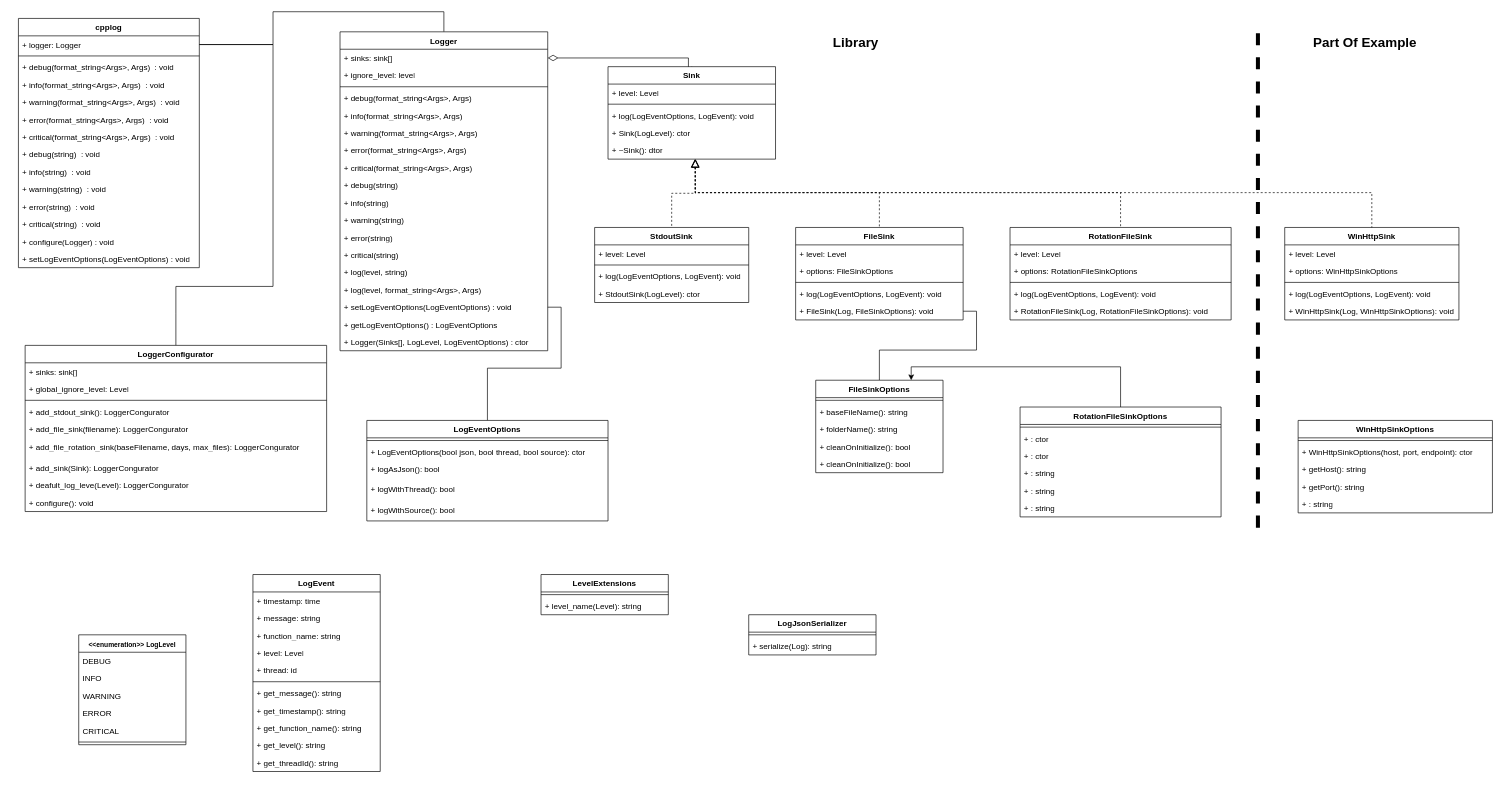
Above: docs/Cpplog.drawio in psp515/cpplog (draw.io), before the change. Source tidied: cells renumbered, new cells numbered last; positions are measured from the earlier drawing's top-left corner, leaving out a move shared by most shapes. Both pictures are drawn from the tidied source at 67%, with x=0, y=0 at pixel (18, 11).
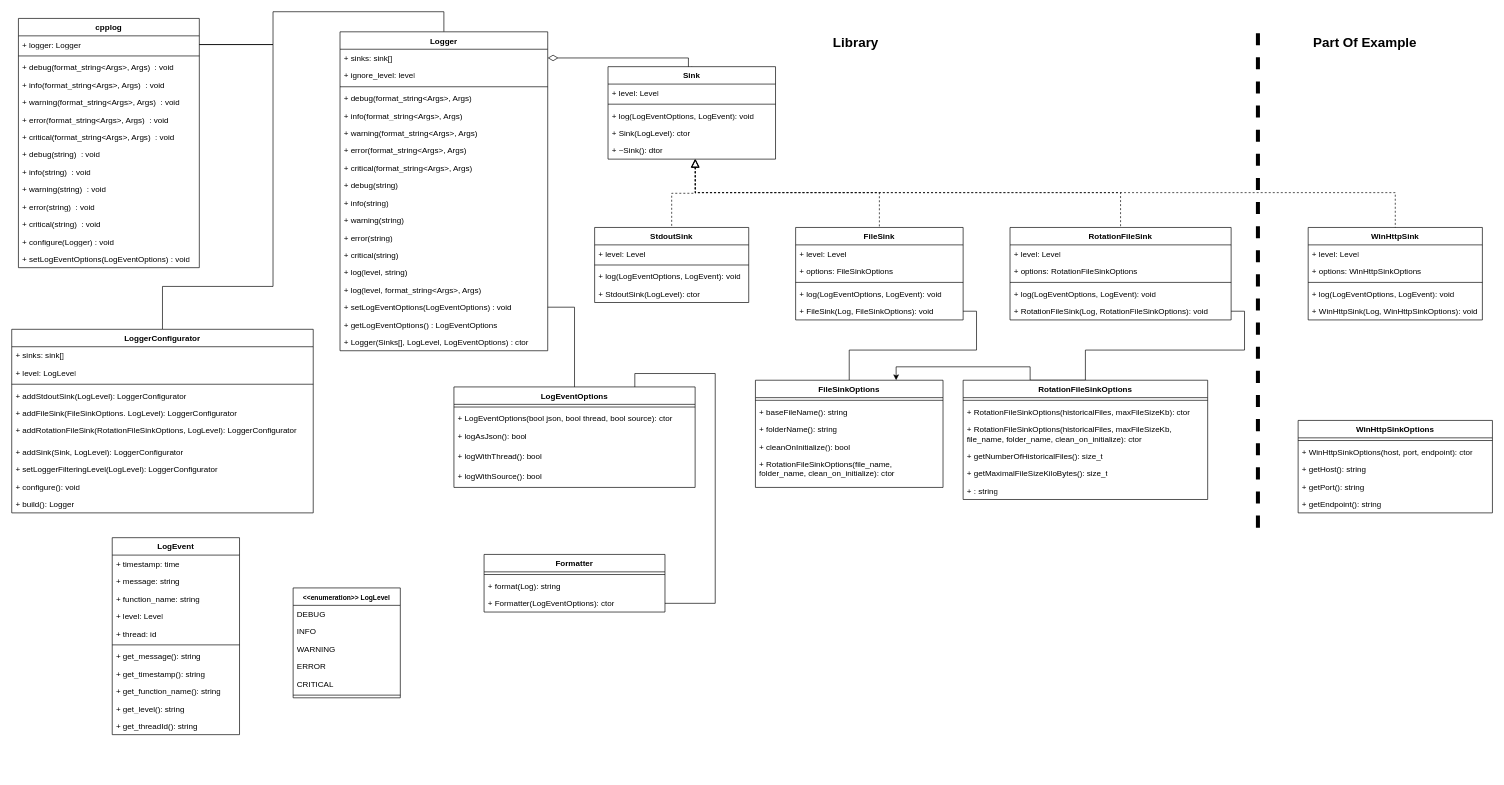
The same diagram, later.

Unchanged cells that the change refers to:
```xml
<mxCell id="3" value="+ logger: Logger" style="text;strokeColor=none;fillColor=none;align=left;verticalAlign=top;spacingLeft=4;spacingRight=4;overflow=hidden;points=[[0,0.5],[1,0.5]];portConstraint=eastwest;whiteSpace=wrap;html=1;" parent="2" vertex="1">
  <mxGeometry y="26" width="270" height="26" as="geometry" />
</mxCell>
<mxCell id="62" value="+ RotationFileSink(Log, RotationFileSinkOptions): void" style="text;strokeColor=none;fillColor=none;align=left;verticalAlign=top;spacingLeft=4;spacingRight=4;overflow=hidden;points=[[0,0.5],[1,0.5]];portConstraint=eastwest;whiteSpace=wrap;html=1;" parent="57" vertex="1">
  <mxGeometry y="112" width="330" height="26" as="geometry" />
</mxCell>
<mxCell id="120" value="WinHttpSinkOptions" style="swimlane;fontStyle=1;align=center;verticalAlign=top;horizontal=1;startSize=26;whiteSpace=wrap;html=1;" parent="1" vertex="1">
  <mxGeometry x="1910" y="610" width="290" height="138" as="geometry" />
</mxCell>
```

Diff of the diagram source:
```diff
@@
     <mxCell id="44" value="&lt;div&gt;&lt;font style=&quot;font-size: 10px;&quot;&gt;&amp;lt;&amp;lt;enumeration&amp;gt;&amp;gt;&amp;nbsp;&lt;/font&gt;&lt;span style=&quot;font-size: 10px; background-color: transparent; color: light-dark(rgb(0, 0, 0), rgb(255, 255, 255));&quot;&gt;LogLevel&lt;/span&gt;&lt;/div&gt;" style="swimlane;fontStyle=1;align=center;verticalAlign=top;horizontal=1;startSize=26;whiteSpace=wrap;html=1;" parent="1" vertex="1">
-      <mxGeometry x="90" y="930" width="160" height="164" as="geometry" />
+      <mxGeometry x="410" y="860" width="160" height="164" as="geometry" />
     </mxCell>
@@
     <mxCell id="63" value="WinHttpSink" style="swimlane;fontStyle=1;align=center;verticalAlign=top;horizontal=1;startSize=26;whiteSpace=wrap;html=1;" parent="1" vertex="1">
-      <mxGeometry x="1890" y="322" width="260" height="138" as="geometry" />
+      <mxGeometry x="1925" y="322" width="260" height="138" as="geometry" />
     </mxCell>
@@
     <mxCell id="69" value="LogEvent" style="swimlane;fontStyle=1;align=center;verticalAlign=top;horizontal=1;startSize=26;whiteSpace=wrap;html=1;" parent="1" vertex="1">
-      <mxGeometry x="350" y="840" width="190" height="294" as="geometry" />
+      <mxGeometry x="140" y="785" width="190" height="294" as="geometry" />
     </mxCell>
@@
-    <mxCell id="81" value="LogJsonSerializer" style="swimlane;fontStyle=1;align=center;verticalAlign=top;horizontal=1;startSize=26;whiteSpace=wrap;html=1;" parent="1" vertex="1">
-      <mxGeometry x="1090" y="900" width="190" height="60" as="geometry" />
+    <mxCell id="81" value="Formatter" style="swimlane;fontStyle=1;align=center;verticalAlign=top;horizontal=1;startSize=26;whiteSpace=wrap;html=1;" parent="1" vertex="1">
+      <mxGeometry x="695" y="810" width="270" height="86" as="geometry" />
     </mxCell>
     <mxCell id="82" style="line;strokeWidth=1;fillColor=none;align=left;verticalAlign=middle;spacingTop=-1;spacingLeft=3;spacingRight=3;labelPosition=right;strokeColor=inherit;" parent="81" vertex="1">
-      <mxGeometry y="26" width="190" height="8" as="geometry" />
+      <mxGeometry y="26" width="270" height="8" as="geometry" />
     </mxCell>
-    <mxCell id="83" value="+ serialize(Log): string" style="text;strokeColor=none;fillColor=none;align=left;verticalAlign=top;spacingLeft=4;spacingRight=4;overflow=hidden;whiteSpace=wrap;html=1;" parent="81" vertex="1">
-      <mxGeometry y="34" width="190" height="26" as="geometry" />
+    <mxCell id="83" value="+ format(Log): string" style="text;strokeColor=none;fillColor=none;align=left;verticalAlign=top;spacingLeft=4;spacingRight=4;overflow=hidden;whiteSpace=wrap;html=1;" parent="81" vertex="1">
+      <mxGeometry y="34" width="270" height="26" as="geometry" />
     </mxCell>
+    <mxCell id="138" value="+ Formatter(LogEventOptions): ctor" style="text;strokeColor=none;fillColor=none;align=left;verticalAlign=top;spacingLeft=4;spacingRight=4;overflow=hidden;points=[[0,0.5],[1,0.5]];portConstraint=eastwest;whiteSpace=wrap;html=1;" parent="81" vertex="1">
+      <mxGeometry y="60" width="270" height="26" as="geometry" />
+    </mxCell>
     <mxCell id="84" style="edgeStyle=orthogonalEdgeStyle;rounded=0;jettySize=auto;html=1;endArrow=none;startFill=0;exitX=0.5;exitY=0;exitDx=0;exitDy=0;" parent="1" edge="1" source="85" target="3">
       <mxGeometry relative="1" as="geometry">
         <Array as="points">
-          <mxPoint x="235" y="451" />
-          <mxPoint x="235" y="410" />
+          <mxPoint x="215" y="410" />
           <mxPoint x="380" y="410" />
           <mxPoint x="380" y="49" />
         </Array>
       </mxGeometry>
     </mxCell>
     <mxCell id="85" value="LoggerConfigurator" style="swimlane;fontStyle=1;align=center;verticalAlign=top;horizontal=1;startSize=26;whiteSpace=wrap;html=1;" parent="1" vertex="1">
-      <mxGeometry x="10" y="498" width="450" height="248" as="geometry" />
+      <mxGeometry x="-10" y="474" width="450" height="274" as="geometry" />
     </mxCell>
@@
-    <mxCell id="87" value="+ global_ignore_level: Level" style="text;strokeColor=none;fillColor=none;align=left;verticalAlign=top;spacingLeft=4;spacingRight=4;overflow=hidden;whiteSpace=wrap;html=1;" parent="85" vertex="1">
+    <mxCell id="87" value="+ level: LogLevel" style="text;strokeColor=none;fillColor=none;align=left;verticalAlign=top;spacingLeft=4;spacingRight=4;overflow=hidden;whiteSpace=wrap;html=1;" parent="85" vertex="1">
       <mxGeometry y="52" width="450" height="26" as="geometry" />
     </mxCell>
@@
-    <mxCell id="89" value="+ add_stdout_sink(): LoggerCongurator" style="text;strokeColor=none;fillColor=none;align=left;verticalAlign=top;spacingLeft=4;spacingRight=4;overflow=hidden;whiteSpace=wrap;html=1;" parent="85" vertex="1">
+    <mxCell id="89" value="+ addStdoutSink(LogLevel): LoggerConfigurator" style="text;strokeColor=none;fillColor=none;align=left;verticalAlign=top;spacingLeft=4;spacingRight=4;overflow=hidden;whiteSpace=wrap;html=1;" parent="85" vertex="1">
       <mxGeometry y="86" width="450" height="26" as="geometry" />
     </mxCell>
-    <mxCell id="90" value="+ add_file_sink(filename): LoggerCongurator" style="text;strokeColor=none;fillColor=none;align=left;verticalAlign=top;spacingLeft=4;spacingRight=4;overflow=hidden;whiteSpace=wrap;html=1;" parent="85" vertex="1">
+    <mxCell id="90" value="+ addFileSink(FileSinkOptions. LogLevel): LoggerConfigurator" style="text;strokeColor=none;fillColor=none;align=left;verticalAlign=top;spacingLeft=4;spacingRight=4;overflow=hidden;whiteSpace=wrap;html=1;" parent="85" vertex="1">
       <mxGeometry y="112" width="450" height="26" as="geometry" />
     </mxCell>
-    <mxCell id="91" value="+ add_file_rotation_sink(baseFilename, days, max_files): LoggerCongurator" style="text;strokeColor=none;fillColor=none;align=left;verticalAlign=top;spacingLeft=4;spacingRight=4;overflow=hidden;whiteSpace=wrap;html=1;" parent="85" vertex="1">
+    <mxCell id="91" value="+ addRotationFileSink(RotationFileSinkOptions, LogLevel): LoggerConfigurator" style="text;strokeColor=none;fillColor=none;align=left;verticalAlign=top;spacingLeft=4;spacingRight=4;overflow=hidden;whiteSpace=wrap;html=1;" parent="85" vertex="1">
       <mxGeometry y="138" width="450" height="32" as="geometry" />
     </mxCell>
-    <mxCell id="92" value="+ add_sink(Sink): LoggerCongurator" style="text;strokeColor=none;fillColor=none;align=left;verticalAlign=top;spacingLeft=4;spacingRight=4;overflow=hidden;whiteSpace=wrap;html=1;" parent="85" vertex="1">
+    <mxCell id="92" value="+ addSink(Sink, LogLevel): LoggerConfigurator" style="text;strokeColor=none;fillColor=none;align=left;verticalAlign=top;spacingLeft=4;spacingRight=4;overflow=hidden;whiteSpace=wrap;html=1;" parent="85" vertex="1">
       <mxGeometry y="170" width="450" height="26" as="geometry" />
     </mxCell>
-    <mxCell id="93" value="+ deafult_log_leve(Level): LoggerCongurator" style="text;strokeColor=none;fillColor=none;align=left;verticalAlign=top;spacingLeft=4;spacingRight=4;overflow=hidden;whiteSpace=wrap;html=1;" parent="85" vertex="1">
+    <mxCell id="93" value="+ setLoggerFilteringLevel(LogLevel): LoggerConfigurator" style="text;strokeColor=none;fillColor=none;align=left;verticalAlign=top;spacingLeft=4;spacingRight=4;overflow=hidden;whiteSpace=wrap;html=1;" parent="85" vertex="1">
       <mxGeometry y="196" width="450" height="26" as="geometry" />
     </mxCell>
+    <mxCell id="139" value="+ configure(): void" style="text;strokeColor=none;fillColor=none;align=left;verticalAlign=top;spacingLeft=4;spacingRight=4;overflow=hidden;whiteSpace=wrap;html=1;" parent="85" vertex="1">
+      <mxGeometry y="222" width="450" height="26" as="geometry" />
+    </mxCell>
-    <mxCell id="94" value="+ configure(): void" style="text;strokeColor=none;fillColor=none;align=left;verticalAlign=top;spacingLeft=4;spacingRight=4;overflow=hidden;whiteSpace=wrap;html=1;" parent="85" vertex="1">
-      <mxGeometry y="222" width="450" height="26" as="geometry" />
+    <mxCell id="94" value="+ build(): Logger" style="text;strokeColor=none;fillColor=none;align=left;verticalAlign=top;spacingLeft=4;spacingRight=4;overflow=hidden;whiteSpace=wrap;html=1;" parent="85" vertex="1">
+      <mxGeometry y="248" width="450" height="26" as="geometry" />
     </mxCell>
-    <mxCell id="95" value="LevelExtensions" style="swimlane;fontStyle=1;align=center;verticalAlign=top;horizontal=1;startSize=26;whiteSpace=wrap;html=1;" parent="1" vertex="1">
-      <mxGeometry x="780" y="840" width="190" height="60" as="geometry" />
-    </mxCell>
-    <mxCell id="96" style="line;strokeWidth=1;fillColor=none;align=left;verticalAlign=middle;spacingTop=-1;spacingLeft=3;spacingRight=3;labelPosition=right;strokeColor=inherit;" parent="95" vertex="1">
-      <mxGeometry y="26" width="190" height="8" as="geometry" />
-    </mxCell>
-    <mxCell id="97" value="+ level_name(Level): string" style="text;strokeColor=none;fillColor=none;align=left;verticalAlign=top;spacingLeft=4;spacingRight=4;overflow=hidden;whiteSpace=wrap;html=1;" parent="95" vertex="1">
-      <mxGeometry y="34" width="190" height="26" as="geometry" />
-    </mxCell>
     <mxCell id="98" style="edgeStyle=orthogonalEdgeStyle;rounded=0;jettySize=auto;html=1;exitX=0.5;exitY=0;exitDx=0;exitDy=0;entryX=0.75;entryY=0;entryDx=0;entryDy=0;" parent="1" edge="1" source="99" target="114">
-      <mxGeometry relative="1" as="geometry" />
+      <mxGeometry relative="1" as="geometry">
+        <Array as="points">
+          <mxPoint x="1510" y="550" />
+          <mxPoint x="1510" y="530" />
+          <mxPoint x="1310" y="530" />
+        </Array>
+      </mxGeometry>
     </mxCell>
+    <mxCell id="140" style="edgeStyle=orthogonalEdgeStyle;rounded=0;jettySize=auto;html=1;exitX=0.5;exitY=0;exitDx=0;exitDy=0;entryX=1;entryY=0.5;entryDx=0;entryDy=0;endArrow=none;startFill=0;" parent="1" edge="1" source="99" target="62">
+      <mxGeometry relative="1" as="geometry" />
+    </mxCell>
     <mxCell id="99" value="RotationFileSinkOptions" style="swimlane;fontStyle=1;align=center;verticalAlign=top;horizontal=1;startSize=26;whiteSpace=wrap;html=1;" parent="1" vertex="1">
-      <mxGeometry x="1495" y="590" width="300" height="164" as="geometry" />
+      <mxGeometry x="1410" y="550" width="365" height="178" as="geometry" />
     </mxCell>
     <mxCell id="100" style="line;strokeWidth=1;fillColor=none;align=left;verticalAlign=middle;spacingTop=-1;spacingLeft=3;spacingRight=3;labelPosition=right;strokeColor=inherit;" parent="99" vertex="1">
-      <mxGeometry y="26" width="300" height="8" as="geometry" />
+      <mxGeometry y="26" width="365" height="8" as="geometry" />
     </mxCell>
-    <mxCell id="101" value="+ : ctor" style="text;strokeColor=none;fillColor=none;align=left;verticalAlign=top;spacingLeft=4;spacingRight=4;overflow=hidden;whiteSpace=wrap;html=1;" parent="99" vertex="1">
-      <mxGeometry y="34" width="300" height="26" as="geometry" />
+    <mxCell id="101" value="+ RotationFileSinkOptions(historicalFiles, maxFileSizeKb): ctor" style="text;strokeColor=none;fillColor=none;align=left;verticalAlign=top;spacingLeft=4;spacingRight=4;overflow=hidden;whiteSpace=wrap;html=1;" parent="99" vertex="1">
+      <mxGeometry y="34" width="365" height="26" as="geometry" />
     </mxCell>
-    <mxCell id="102" value="+ : ctor" style="text;strokeColor=none;fillColor=none;align=left;verticalAlign=top;spacingLeft=4;spacingRight=4;overflow=hidden;whiteSpace=wrap;html=1;" parent="99" vertex="1">
-      <mxGeometry y="60" width="300" height="26" as="geometry" />
+    <mxCell id="102" value="+ RotationFileSinkOptions(historicalFiles, maxFileSizeKb, file_name, folder_name, clean_on_initialize): ctor" style="text;strokeColor=none;fillColor=none;align=left;verticalAlign=top;spacingLeft=4;spacingRight=4;overflow=hidden;whiteSpace=wrap;html=1;" parent="99" vertex="1">
+      <mxGeometry y="60" width="365" height="40" as="geometry" />
     </mxCell>
-    <mxCell id="103" value="+ : string" style="text;strokeColor=none;fillColor=none;align=left;verticalAlign=top;spacingLeft=4;spacingRight=4;overflow=hidden;whiteSpace=wrap;html=1;" parent="99" vertex="1">
-      <mxGeometry y="86" width="300" height="26" as="geometry" />
+    <mxCell id="103" value="+ getNumberOfHistoricalFiles(): size_t" style="text;strokeColor=none;fillColor=none;align=left;verticalAlign=top;spacingLeft=4;spacingRight=4;overflow=hidden;whiteSpace=wrap;html=1;" parent="99" vertex="1">
+      <mxGeometry y="100" width="365" height="26" as="geometry" />
     </mxCell>
-    <mxCell id="104" value="+ : string" style="text;strokeColor=none;fillColor=none;align=left;verticalAlign=top;spacingLeft=4;spacingRight=4;overflow=hidden;whiteSpace=wrap;html=1;" parent="99" vertex="1">
-      <mxGeometry y="112" width="300" height="26" as="geometry" />
+    <mxCell id="104" value="+ getMaximalFileSizeKiloBytes(): size_t" style="text;strokeColor=none;fillColor=none;align=left;verticalAlign=top;spacingLeft=4;spacingRight=4;overflow=hidden;whiteSpace=wrap;html=1;" parent="99" vertex="1">
+      <mxGeometry y="126" width="365" height="26" as="geometry" />
     </mxCell>
     <mxCell id="105" value="+ : string" style="text;strokeColor=none;fillColor=none;align=left;verticalAlign=top;spacingLeft=4;spacingRight=4;overflow=hidden;whiteSpace=wrap;html=1;" parent="99" vertex="1">
-      <mxGeometry y="138" width="300" height="26" as="geometry" />
+      <mxGeometry y="152" width="365" height="26" as="geometry" />
     </mxCell>
@@
     <mxCell id="107" value="LogEventOptions" style="swimlane;fontStyle=1;align=center;verticalAlign=top;horizontal=1;startSize=26;whiteSpace=wrap;html=1;" parent="1" vertex="1">
-      <mxGeometry x="520" y="610" width="360" height="150" as="geometry" />
+      <mxGeometry x="650" y="560" width="360" height="150" as="geometry" />
     </mxCell>
@@
     <mxCell id="114" value="FileSinkOptions" style="swimlane;fontStyle=1;align=center;verticalAlign=top;horizontal=1;startSize=26;whiteSpace=wrap;html=1;" parent="1" vertex="1">
-      <mxGeometry x="1190" y="550" width="190" height="138" as="geometry" />
+      <mxGeometry x="1100" y="550" width="280" height="160" as="geometry" />
     </mxCell>
     <mxCell id="115" style="line;strokeWidth=1;fillColor=none;align=left;verticalAlign=middle;spacingTop=-1;spacingLeft=3;spacingRight=3;labelPosition=right;strokeColor=inherit;" parent="114" vertex="1">
-      <mxGeometry y="26" width="190" height="8" as="geometry" />
+      <mxGeometry y="26" width="280" height="8" as="geometry" />
     </mxCell>
     <mxCell id="116" value="+ baseFileName(): string" style="text;strokeColor=none;fillColor=none;align=left;verticalAlign=top;spacingLeft=4;spacingRight=4;overflow=hidden;whiteSpace=wrap;html=1;" parent="114" vertex="1">
-      <mxGeometry y="34" width="190" height="26" as="geometry" />
+      <mxGeometry y="34" width="280" height="26" as="geometry" />
     </mxCell>
     <mxCell id="117" value="+ folderName(): string" style="text;strokeColor=none;fillColor=none;align=left;verticalAlign=top;spacingLeft=4;spacingRight=4;overflow=hidden;whiteSpace=wrap;html=1;" parent="114" vertex="1">
-      <mxGeometry y="60" width="190" height="26" as="geometry" />
+      <mxGeometry y="60" width="280" height="26" as="geometry" />
     </mxCell>
     <mxCell id="118" value="+ cleanOnInitialize(): bool" style="text;strokeColor=none;fillColor=none;align=left;verticalAlign=top;spacingLeft=4;spacingRight=4;overflow=hidden;whiteSpace=wrap;html=1;" parent="114" vertex="1">
-      <mxGeometry y="86" width="190" height="26" as="geometry" />
+      <mxGeometry y="86" width="280" height="26" as="geometry" />
     </mxCell>
-    <mxCell id="119" value="+ cleanOnInitialize(): bool" style="text;strokeColor=none;fillColor=none;align=left;verticalAlign=top;spacingLeft=4;spacingRight=4;overflow=hidden;whiteSpace=wrap;html=1;" parent="114" vertex="1">
-      <mxGeometry y="112" width="190" height="26" as="geometry" />
+    <mxCell id="119" value="+ RotationFileSinkOptions(file_name, folder_name, clean_on_initialize): ctor" style="text;strokeColor=none;fillColor=none;align=left;verticalAlign=top;spacingLeft=4;spacingRight=4;overflow=hidden;whiteSpace=wrap;html=1;" parent="114" vertex="1">
+      <mxGeometry y="112" width="280" height="48" as="geometry" />
     </mxCell>
@@
-    <mxCell id="125" value="+ : string" style="text;strokeColor=none;fillColor=none;align=left;verticalAlign=top;spacingLeft=4;spacingRight=4;overflow=hidden;whiteSpace=wrap;html=1;" parent="120" vertex="1">
+    <mxCell id="125" value="+ getEndpoint(): string" style="text;strokeColor=none;fillColor=none;align=left;verticalAlign=top;spacingLeft=4;spacingRight=4;overflow=hidden;whiteSpace=wrap;html=1;" parent="120" vertex="1">
       <mxGeometry y="112" width="290" height="26" as="geometry" />
     </mxCell>
@@
     <mxCell id="134" style="edgeStyle=orthogonalEdgeStyle;rounded=0;jettySize=auto;html=1;endArrow=none;startFill=0;startArrow=block;endSize=10;startSize=10;dashed=1;endFill=0;entryX=0.5;entryY=0;entryDx=0;entryDy=0;" parent="1" edge="1" target="63">
       <mxGeometry relative="1" as="geometry">
         <mxPoint x="1010" y="220" as="sourcePoint" />
         <Array as="points">
           <mxPoint x="1010" y="270" />
-          <mxPoint x="2020" y="270" />
+          <mxPoint x="2055" y="270" />
         </Array>
       </mxGeometry>
     </mxCell>
@@
+    <mxCell id="141" style="edgeStyle=orthogonalEdgeStyle;rounded=0;jettySize=auto;html=1;exitX=1;exitY=0.5;exitDx=0;exitDy=0;entryX=0.75;entryY=0;entryDx=0;entryDy=0;endArrow=none;startFill=0;" parent="1" edge="1" source="138" target="107">
+      <mxGeometry relative="1" as="geometry">
+        <Array as="points">
+          <mxPoint x="1040" y="883" />
+          <mxPoint x="1040" y="540" />
+          <mxPoint x="920" y="540" />
+        </Array>
+      </mxGeometry>
+    </mxCell>
```
